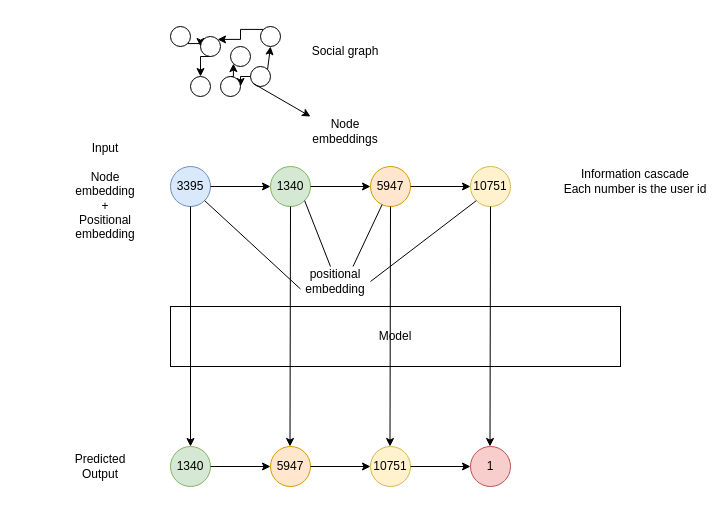
elmahyai/bhs keeps this draw.io diagram as Untitled Diagram.drawio. Above is the earlier version. Source tidied: cells renumbered, new cells numbered last; positions are measured from the earlier drawing's top-left corner, leaving out a move shared by most shapes. Both pictures are drawn from the tidied source at 100%, with x=0, y=0 at pixel (70, 26).
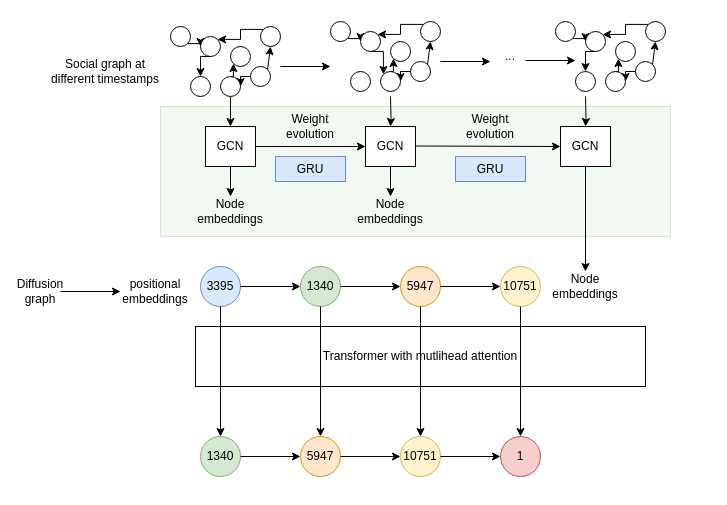
The same diagram, later.

Unchanged cells that the change refers to:
```xml
<mxCell id="36" style="ellipse;whiteSpace=wrap;html=1;" parent="1" vertex="1">
  <mxGeometry x="180" y="40" width="20" height="20" as="geometry" />
</mxCell>
<mxCell id="38" style="ellipse;whiteSpace=wrap;html=1;" parent="1" vertex="1">
  <mxGeometry x="150" y="50" width="20" height="20" as="geometry" />
</mxCell>
```

What changed in the source:
```diff
@@
+    <mxCell id="45" style="rounded=0;whiteSpace=wrap;html=1;fillColor=#d5e8d4;strokeColor=#82b366;opacity=30;" parent="1" vertex="1">
+      <mxGeometry x="90" y="80" width="510" height="130" as="geometry" />
+    </mxCell>
     <mxCell id="2" value="3395" style="ellipse;whiteSpace=wrap;html=1;fillColor=#dae8fc;strokeColor=#6c8ebf;" parent="1" vertex="1">
-      <mxGeometry x="100" y="140" width="40" height="40" as="geometry" />
+      <mxGeometry x="130" y="240" width="40" height="40" as="geometry" />
     </mxCell>
     <mxCell id="3" style="endArrow=classic;html=1;exitX=1;exitY=0.5;exitDx=0;exitDy=0;" parent="1" edge="1" source="2">
       <mxGeometry relative="1" as="geometry">
-        <mxPoint x="200" y="160" as="targetPoint" />
+        <mxPoint x="230" y="260" as="targetPoint" />
       </mxGeometry>
     </mxCell>
     <mxCell id="4" value="1340" style="ellipse;whiteSpace=wrap;html=1;fillColor=#d5e8d4;strokeColor=#82b366;" parent="1" vertex="1">
-      <mxGeometry x="200" y="140" width="40" height="40" as="geometry" />
+      <mxGeometry x="230" y="240" width="40" height="40" as="geometry" />
     </mxCell>
     <mxCell id="5" style="endArrow=classic;html=1;exitX=1;exitY=0.5;exitDx=0;exitDy=0;" parent="1" edge="1">
       <mxGeometry relative="1" as="geometry">
-        <mxPoint x="240" y="160" as="sourcePoint" />
-        <mxPoint x="300" y="160" as="targetPoint" />
+        <mxPoint x="270" y="260" as="sourcePoint" />
+        <mxPoint x="330" y="260" as="targetPoint" />
       </mxGeometry>
     </mxCell>
     <mxCell id="6" value="5947" style="ellipse;whiteSpace=wrap;html=1;fillColor=#ffe6cc;strokeColor=#d79b00;" parent="1" vertex="1">
-      <mxGeometry x="300" y="140" width="40" height="40" as="geometry" />
+      <mxGeometry x="330" y="240" width="40" height="40" as="geometry" />
     </mxCell>
     <mxCell id="7" style="endArrow=classic;html=1;exitX=1;exitY=0.5;exitDx=0;exitDy=0;" parent="1" edge="1">
       <mxGeometry relative="1" as="geometry">
-        <mxPoint x="340" y="160" as="sourcePoint" />
-        <mxPoint x="400" y="160" as="targetPoint" />
+        <mxPoint x="370" y="260" as="sourcePoint" />
+        <mxPoint x="430" y="260" as="targetPoint" />
       </mxGeometry>
     </mxCell>
     <mxCell id="8" value="10751" style="ellipse;whiteSpace=wrap;html=1;fillColor=#fff2cc;strokeColor=#d6b656;" parent="1" vertex="1">
-      <mxGeometry x="400" y="140" width="40" height="40" as="geometry" />
+      <mxGeometry x="430" y="240" width="40" height="40" as="geometry" />
     </mxCell>
-    <mxCell id="9" value="&lt;div&gt;Information cascade &lt;br&gt;&lt;/div&gt;&lt;div&gt;Each number is the user id&lt;br&gt;&lt;/div&gt;" style="text;html=1;strokeColor=none;fillColor=none;align=center;verticalAlign=middle;whiteSpace=wrap;rounded=0;" parent="1" vertex="1">
-      <mxGeometry x="490" y="140" width="150" height="30" as="geometry" />
-    </mxCell>
     <mxCell id="10" value="1340" style="ellipse;whiteSpace=wrap;html=1;fillColor=#d5e8d4;strokeColor=#82b366;" parent="1" vertex="1">
-      <mxGeometry x="100" y="420" width="40" height="40" as="geometry" />
+      <mxGeometry x="130" y="410" width="40" height="40" as="geometry" />
     </mxCell>
     <mxCell id="11" style="endArrow=classic;html=1;exitX=1;exitY=0.5;exitDx=0;exitDy=0;" parent="1" edge="1" source="10">
       <mxGeometry relative="1" as="geometry">
-        <mxPoint x="200" y="440" as="targetPoint" />
+        <mxPoint x="230" y="430" as="targetPoint" />
       </mxGeometry>
     </mxCell>
     <mxCell id="12" value="5947" style="ellipse;whiteSpace=wrap;html=1;fillColor=#ffe6cc;strokeColor=#d79b00;" parent="1" vertex="1">
-      <mxGeometry x="200" y="420" width="40" height="40" as="geometry" />
+      <mxGeometry x="230" y="410" width="40" height="40" as="geometry" />
     </mxCell>
     <mxCell id="13" style="endArrow=classic;html=1;exitX=1;exitY=0.5;exitDx=0;exitDy=0;" parent="1" edge="1">
       <mxGeometry relative="1" as="geometry">
-        <mxPoint x="240" y="440" as="sourcePoint" />
-        <mxPoint x="300" y="440" as="targetPoint" />
+        <mxPoint x="270" y="430" as="sourcePoint" />
+        <mxPoint x="330" y="430" as="targetPoint" />
       </mxGeometry>
     </mxCell>
     <mxCell id="14" value="10751" style="ellipse;whiteSpace=wrap;html=1;fillColor=#fff2cc;strokeColor=#d6b656;" parent="1" vertex="1">
-      <mxGeometry x="300" y="420" width="40" height="40" as="geometry" />
+      <mxGeometry x="330" y="410" width="40" height="40" as="geometry" />
     </mxCell>
     <mxCell id="15" style="endArrow=classic;html=1;exitX=1;exitY=0.5;exitDx=0;exitDy=0;" parent="1" edge="1">
       <mxGeometry relative="1" as="geometry">
-        <mxPoint x="340" y="440" as="sourcePoint" />
-        <mxPoint x="400" y="440" as="targetPoint" />
+        <mxPoint x="370" y="430" as="sourcePoint" />
+        <mxPoint x="430" y="430" as="targetPoint" />
       </mxGeometry>
     </mxCell>
     <mxCell id="16" value="1" style="ellipse;whiteSpace=wrap;html=1;fillColor=#f8cecc;strokeColor=#b85450;" parent="1" vertex="1">
-      <mxGeometry x="400" y="420" width="40" height="40" as="geometry" />
+      <mxGeometry x="430" y="410" width="40" height="40" as="geometry" />
     </mxCell>
-    <mxCell id="17" value="&lt;div&gt;Input&lt;/div&gt;&lt;div&gt;&lt;br&gt;&lt;/div&gt;&lt;div&gt;Node embedding +&lt;/div&gt;&lt;div&gt;Positional embedding&lt;br&gt;&lt;/div&gt;" style="text;html=1;strokeColor=none;fillColor=none;align=center;verticalAlign=middle;whiteSpace=wrap;rounded=0;" parent="1" vertex="1">
-      <mxGeometry y="140" width="70" height="50" as="geometry" />
-    </mxCell>
-    <mxCell id="18" value="Predicted Output" style="text;html=1;strokeColor=none;fillColor=none;align=center;verticalAlign=middle;whiteSpace=wrap;rounded=0;" parent="1" vertex="1">
-      <mxGeometry y="430" width="60" height="20" as="geometry" />
-    </mxCell>
-    <mxCell id="19" value="Model" style="rounded=0;whiteSpace=wrap;html=1;" parent="1" vertex="1">
-      <mxGeometry x="100" y="280" width="450" height="60" as="geometry" />
+    <mxCell id="19" value="Transformer with mutlihead attention" style="rounded=0;whiteSpace=wrap;html=1;" parent="1" vertex="1">
+      <mxGeometry x="125" y="300" width="450" height="60" as="geometry" />
     </mxCell>
@@
-    <mxCell id="21" style="endArrow=classic;html=1;exitX=0.5;exitY=1;exitDx=0;exitDy=0;entryX=0.5;entryY=0;entryDx=0;entryDy=0;" parent="1" edge="1" source="4">
+    <mxCell id="21" style="endArrow=classic;html=1;exitX=0.5;exitY=1;exitDx=0;exitDy=0;" parent="1" edge="1" source="4">
       <mxGeometry relative="1" as="geometry">
-        <mxPoint x="219.5" y="420" as="targetPoint" />
+        <mxPoint x="250" y="410" as="targetPoint" />
       </mxGeometry>
     </mxCell>
-    <mxCell id="22" style="endArrow=classic;html=1;exitX=0.5;exitY=1;exitDx=0;exitDy=0;entryX=0.5;entryY=0;entryDx=0;entryDy=0;" parent="1" edge="1" source="6">
+    <mxCell id="22" style="endArrow=classic;html=1;exitX=0.5;exitY=1;exitDx=0;exitDy=0;" parent="1" edge="1" source="6">
       <mxGeometry relative="1" as="geometry">
-        <mxPoint x="319.5" y="420" as="targetPoint" />
+        <mxPoint x="350" y="410" as="targetPoint" />
       </mxGeometry>
     </mxCell>
-    <mxCell id="23" style="endArrow=classic;html=1;entryX=0.5;entryY=0;entryDx=0;entryDy=0;" parent="1" edge="1" source="8">
+    <mxCell id="23" style="endArrow=classic;html=1;" parent="1" edge="1" source="8">
       <mxGeometry relative="1" as="geometry">
-        <mxPoint x="419.5" y="420" as="targetPoint" />
+        <mxPoint x="450" y="410" as="targetPoint" />
       </mxGeometry>
     </mxCell>
-    <mxCell id="24" value="positional embedding" style="text;html=1;strokeColor=none;fillColor=none;align=center;verticalAlign=middle;whiteSpace=wrap;rounded=0;" parent="1" vertex="1">
-      <mxGeometry x="230" y="240" width="70" height="30" as="geometry" />
+    <mxCell id="24" value="positional embeddings" style="text;html=1;strokeColor=none;fillColor=none;align=center;verticalAlign=middle;whiteSpace=wrap;rounded=0;" parent="1" vertex="1">
+      <mxGeometry x="50" y="250" width="70" height="30" as="geometry" />
     </mxCell>
-    <mxCell id="25" style="endArrow=none;html=1;entryX=0;entryY=1;entryDx=0;entryDy=0;exitX=1;exitY=0.5;exitDx=0;exitDy=0;" parent="1" edge="1" source="24" target="8">
-      <mxGeometry relative="1" as="geometry" />
-    </mxCell>
-    <mxCell id="26" style="endArrow=none;html=1;exitX=0.75;exitY=0;exitDx=0;exitDy=0;" parent="1" edge="1" source="24" target="6">
-      <mxGeometry relative="1" as="geometry" />
-    </mxCell>
-    <mxCell id="27" style="endArrow=none;html=1;entryX=1;entryY=1;entryDx=0;entryDy=0;" parent="1" edge="1" target="4">
-      <mxGeometry relative="1" as="geometry">
-        <mxPoint x="260" y="240" as="sourcePoint" />
-      </mxGeometry>
-    </mxCell>
-    <mxCell id="28" style="endArrow=none;html=1;entryX=1;entryY=1;entryDx=0;entryDy=0;exitX=0;exitY=0.75;exitDx=0;exitDy=0;" parent="1" edge="1" source="24" target="2">
-      <mxGeometry relative="1" as="geometry" />
-    </mxCell>
@@
+    <mxCell id="46" style="edgeStyle=orthogonalEdgeStyle;rounded=0;jettySize=auto;html=1;" parent="1" edge="1" source="38" target="77">
+      <mxGeometry relative="1" as="geometry" />
+    </mxCell>
@@
-    <mxCell id="42" value="Social graph" style="text;html=1;strokeColor=none;fillColor=none;align=center;verticalAlign=middle;whiteSpace=wrap;rounded=0;" parent="1" vertex="1">
-      <mxGeometry x="220" y="10" width="110" height="30" as="geometry" />
+    <mxCell id="42" value="Social graph at different timestamps" style="text;html=1;strokeColor=none;fillColor=none;align=center;verticalAlign=middle;whiteSpace=wrap;rounded=0;" parent="1" vertex="1">
+      <mxGeometry x="-20" y="30" width="110" height="30" as="geometry" />
     </mxCell>
-    <mxCell id="43" style="endArrow=classic;html=1;exitX=0;exitY=1;exitDx=0;exitDy=0;" parent="1" edge="1" source="36">
+    <mxCell id="43" style="endArrow=classic;html=1;" parent="1" edge="1">
       <mxGeometry relative="1" as="geometry">
-        <mxPoint x="240" y="90" as="targetPoint" />
+        <mxPoint x="210" y="40" as="sourcePoint" />
+        <mxPoint x="260" y="40" as="targetPoint" />
       </mxGeometry>
     </mxCell>
     <mxCell id="44" value="Node embeddings" style="text;html=1;strokeColor=none;fillColor=none;align=center;verticalAlign=middle;whiteSpace=wrap;rounded=0;" parent="1" vertex="1">
-      <mxGeometry x="230" y="90" width="90" height="30" as="geometry" />
+      <mxGeometry x="115" y="170" width="90" height="30" as="geometry" />
     </mxCell>
+    <mxCell id="47" style="edgeStyle=orthogonalEdgeStyle;rounded=0;jettySize=auto;html=1;exitX=1;exitY=1;exitDx=0;exitDy=0;entryX=0;entryY=0.5;entryDx=0;entryDy=0;" parent="1" edge="1" source="48" target="58">
+      <mxGeometry relative="1" as="geometry" />
+    </mxCell>
+    <mxCell id="48" style="ellipse;whiteSpace=wrap;html=1;" parent="1" vertex="1">
+      <mxGeometry x="260" y="-5" width="20" height="20" as="geometry" />
+    </mxCell>
+    <mxCell id="49" style="edgeStyle=orthogonalEdgeStyle;rounded=0;jettySize=auto;html=1;exitX=0;exitY=0;exitDx=0;exitDy=0;entryX=1;entryY=0;entryDx=0;entryDy=0;" parent="1" edge="1" source="50" target="58">
+      <mxGeometry relative="1" as="geometry" />
+    </mxCell>
+    <mxCell id="50" style="ellipse;whiteSpace=wrap;html=1;" parent="1" vertex="1">
+      <mxGeometry x="350" y="-5" width="20" height="20" as="geometry" />
+    </mxCell>
+    <mxCell id="51" style="ellipse;whiteSpace=wrap;html=1;" parent="1" vertex="1">
+      <mxGeometry x="280" y="45" width="20" height="20" as="geometry" />
+    </mxCell>
+    <mxCell id="52" style="ellipse;whiteSpace=wrap;html=1;" parent="1" vertex="1">
+      <mxGeometry x="320" y="15" width="20" height="20" as="geometry" />
+    </mxCell>
+    <mxCell id="53" style="edgeStyle=orthogonalEdgeStyle;rounded=0;jettySize=auto;html=1;exitX=0;exitY=0.5;exitDx=0;exitDy=0;entryX=1;entryY=0.5;entryDx=0;entryDy=0;" parent="1" edge="1" source="54" target="56">
+      <mxGeometry relative="1" as="geometry" />
+    </mxCell>
+    <mxCell id="54" style="ellipse;whiteSpace=wrap;html=1;" parent="1" vertex="1">
+      <mxGeometry x="340" y="35" width="20" height="20" as="geometry" />
+    </mxCell>
+    <mxCell id="55" style="edgeStyle=orthogonalEdgeStyle;rounded=0;jettySize=auto;html=1;exitX=0.5;exitY=0;exitDx=0;exitDy=0;entryX=0;entryY=1;entryDx=0;entryDy=0;" parent="1" edge="1" source="56" target="52">
+      <mxGeometry relative="1" as="geometry" />
+    </mxCell>
+    <mxCell id="56" style="ellipse;whiteSpace=wrap;html=1;" parent="1" vertex="1">
+      <mxGeometry x="310" y="45" width="20" height="20" as="geometry" />
+    </mxCell>
+    <mxCell id="57" style="edgeStyle=orthogonalEdgeStyle;rounded=0;jettySize=auto;html=1;exitX=0.5;exitY=1;exitDx=0;exitDy=0;entryX=0;entryY=0;entryDx=0;entryDy=0;" parent="1" edge="1" source="58" target="56">
+      <mxGeometry relative="1" as="geometry" />
+    </mxCell>
+    <mxCell id="58" style="ellipse;whiteSpace=wrap;html=1;" parent="1" vertex="1">
+      <mxGeometry x="290" y="5" width="20" height="20" as="geometry" />
+    </mxCell>
+    <mxCell id="59" style="endArrow=classic;html=1;entryX=0.5;entryY=1;entryDx=0;entryDy=0;exitX=1;exitY=0;exitDx=0;exitDy=0;" parent="1" edge="1" source="54" target="50">
+      <mxGeometry relative="1" as="geometry" />
+    </mxCell>
+    <mxCell id="60" style="endArrow=classic;html=1;" parent="1" edge="1">
+      <mxGeometry relative="1" as="geometry">
+        <mxPoint x="370" y="35" as="sourcePoint" />
+        <mxPoint x="420" y="35" as="targetPoint" />
+      </mxGeometry>
+    </mxCell>
+    <mxCell id="61" style="edgeStyle=orthogonalEdgeStyle;rounded=0;jettySize=auto;html=1;exitX=1;exitY=1;exitDx=0;exitDy=0;entryX=0;entryY=0.5;entryDx=0;entryDy=0;" parent="1" edge="1" source="62" target="72">
+      <mxGeometry relative="1" as="geometry" />
+    </mxCell>
+    <mxCell id="62" style="ellipse;whiteSpace=wrap;html=1;" parent="1" vertex="1">
+      <mxGeometry x="485" y="-5" width="20" height="20" as="geometry" />
+    </mxCell>
+    <mxCell id="63" style="edgeStyle=orthogonalEdgeStyle;rounded=0;jettySize=auto;html=1;exitX=0;exitY=0;exitDx=0;exitDy=0;entryX=1;entryY=0;entryDx=0;entryDy=0;" parent="1" edge="1" source="64" target="72">
+      <mxGeometry relative="1" as="geometry" />
+    </mxCell>
+    <mxCell id="64" style="ellipse;whiteSpace=wrap;html=1;" parent="1" vertex="1">
+      <mxGeometry x="575" y="-5" width="20" height="20" as="geometry" />
+    </mxCell>
+    <mxCell id="65" style="ellipse;whiteSpace=wrap;html=1;" parent="1" vertex="1">
+      <mxGeometry x="505" y="45" width="20" height="20" as="geometry" />
+    </mxCell>
+    <mxCell id="66" style="ellipse;whiteSpace=wrap;html=1;" parent="1" vertex="1">
+      <mxGeometry x="545" y="15" width="20" height="20" as="geometry" />
+    </mxCell>
+    <mxCell id="67" style="edgeStyle=orthogonalEdgeStyle;rounded=0;jettySize=auto;html=1;exitX=0;exitY=0.5;exitDx=0;exitDy=0;entryX=1;entryY=0.5;entryDx=0;entryDy=0;" parent="1" edge="1" source="68" target="70">
+      <mxGeometry relative="1" as="geometry" />
+    </mxCell>
+    <mxCell id="68" style="ellipse;whiteSpace=wrap;html=1;" parent="1" vertex="1">
+      <mxGeometry x="565" y="35" width="20" height="20" as="geometry" />
+    </mxCell>
+    <mxCell id="69" style="edgeStyle=orthogonalEdgeStyle;rounded=0;jettySize=auto;html=1;exitX=0.5;exitY=0;exitDx=0;exitDy=0;entryX=0;entryY=1;entryDx=0;entryDy=0;" parent="1" edge="1" source="70" target="66">
+      <mxGeometry relative="1" as="geometry" />
+    </mxCell>
+    <mxCell id="70" style="ellipse;whiteSpace=wrap;html=1;" parent="1" vertex="1">
+      <mxGeometry x="535" y="45" width="20" height="20" as="geometry" />
+    </mxCell>
+    <mxCell id="71" style="edgeStyle=orthogonalEdgeStyle;rounded=0;jettySize=auto;html=1;exitX=0.5;exitY=1;exitDx=0;exitDy=0;entryX=0.5;entryY=0;entryDx=0;entryDy=0;" parent="1" edge="1" source="72" target="65">
+      <mxGeometry relative="1" as="geometry" />
+    </mxCell>
+    <mxCell id="72" style="ellipse;whiteSpace=wrap;html=1;" parent="1" vertex="1">
+      <mxGeometry x="515" y="5" width="20" height="20" as="geometry" />
+    </mxCell>
+    <mxCell id="73" style="endArrow=classic;html=1;entryX=0.5;entryY=1;entryDx=0;entryDy=0;exitX=1;exitY=0;exitDx=0;exitDy=0;" parent="1" edge="1" source="68" target="64">
+      <mxGeometry relative="1" as="geometry" />
+    </mxCell>
+    <mxCell id="74" style="endArrow=classic;html=1;" parent="1" edge="1">
+      <mxGeometry relative="1" as="geometry">
+        <mxPoint x="455" y="34" as="sourcePoint" />
+        <mxPoint x="505" y="34" as="targetPoint" />
+      </mxGeometry>
+    </mxCell>
+    <mxCell id="75" value="..." style="text;html=1;strokeColor=none;fillColor=none;align=center;verticalAlign=middle;whiteSpace=wrap;rounded=0;" parent="1" vertex="1">
+      <mxGeometry x="420" y="20" width="40" height="20" as="geometry" />
+    </mxCell>
+    <mxCell id="76" style="edgeStyle=orthogonalEdgeStyle;rounded=0;jettySize=auto;html=1;" parent="1" edge="1" source="77" target="44">
+      <mxGeometry relative="1" as="geometry" />
+    </mxCell>
+    <mxCell id="77" value="GCN" style="rounded=0;whiteSpace=wrap;html=1;" parent="1" vertex="1">
+      <mxGeometry x="135" y="100" width="50" height="40" as="geometry" />
+    </mxCell>
+    <mxCell id="78" style="edgeStyle=orthogonalEdgeStyle;rounded=0;jettySize=auto;html=1;" parent="1" edge="1" target="81">
+      <mxGeometry relative="1" as="geometry">
+        <mxPoint x="320" y="70" as="sourcePoint" />
+      </mxGeometry>
+    </mxCell>
+    <mxCell id="79" value="Node embeddings" style="text;html=1;strokeColor=none;fillColor=none;align=center;verticalAlign=middle;whiteSpace=wrap;rounded=0;" parent="1" vertex="1">
+      <mxGeometry x="275" y="170" width="90" height="30" as="geometry" />
+    </mxCell>
+    <mxCell id="80" style="edgeStyle=orthogonalEdgeStyle;rounded=0;jettySize=auto;html=1;" parent="1" edge="1" source="81" target="79">
+      <mxGeometry relative="1" as="geometry" />
+    </mxCell>
+    <mxCell id="81" value="GCN" style="rounded=0;whiteSpace=wrap;html=1;" parent="1" vertex="1">
+      <mxGeometry x="295" y="100" width="50" height="40" as="geometry" />
+    </mxCell>
+    <mxCell id="82" style="edgeStyle=orthogonalEdgeStyle;rounded=0;jettySize=auto;html=1;" parent="1" edge="1" target="85">
+      <mxGeometry relative="1" as="geometry">
+        <mxPoint x="515" y="70" as="sourcePoint" />
+      </mxGeometry>
+    </mxCell>
+    <mxCell id="83" value="Node embeddings" style="text;html=1;strokeColor=none;fillColor=none;align=center;verticalAlign=middle;whiteSpace=wrap;rounded=0;" parent="1" vertex="1">
+      <mxGeometry x="470" y="245" width="90" height="30" as="geometry" />
+    </mxCell>
+    <mxCell id="84" style="edgeStyle=orthogonalEdgeStyle;rounded=0;jettySize=auto;html=1;" parent="1" edge="1" source="85" target="83">
+      <mxGeometry relative="1" as="geometry" />
+    </mxCell>
+    <mxCell id="85" value="GCN" style="rounded=0;whiteSpace=wrap;html=1;" parent="1" vertex="1">
+      <mxGeometry x="490" y="100" width="50" height="40" as="geometry" />
+    </mxCell>
+    <mxCell id="86" style="endArrow=classic;html=1;exitX=1;exitY=0.5;exitDx=0;exitDy=0;entryX=0;entryY=0.5;entryDx=0;entryDy=0;" parent="1" edge="1" source="77" target="81">
+      <mxGeometry relative="1" as="geometry" />
+    </mxCell>
+    <mxCell id="87" style="endArrow=classic;html=1;exitX=1;exitY=0.5;exitDx=0;exitDy=0;entryX=0;entryY=0.5;entryDx=0;entryDy=0;" parent="1" edge="1" target="85">
+      <mxGeometry relative="1" as="geometry">
+        <mxPoint x="345" y="119.5" as="sourcePoint" />
+      </mxGeometry>
+    </mxCell>
+    <mxCell id="88" value="Weight evolution" style="text;html=1;strokeColor=none;fillColor=none;align=center;verticalAlign=middle;whiteSpace=wrap;rounded=0;" parent="1" vertex="1">
+      <mxGeometry x="220" y="90" width="40" height="20" as="geometry" />
+    </mxCell>
+    <mxCell id="89" value="Weight evolution" style="text;html=1;strokeColor=none;fillColor=none;align=center;verticalAlign=middle;whiteSpace=wrap;rounded=0;" parent="1" vertex="1">
+      <mxGeometry x="400" y="90" width="40" height="20" as="geometry" />
+    </mxCell>
+    <mxCell id="90" value="GRU" style="rounded=0;whiteSpace=wrap;html=1;fillColor=#dae8fc;strokeColor=#6c8ebf;" parent="1" vertex="1">
+      <mxGeometry x="205" y="130" width="70" height="25" as="geometry" />
+    </mxCell>
+    <mxCell id="91" value="GRU" style="rounded=0;whiteSpace=wrap;html=1;fillColor=#dae8fc;strokeColor=#6c8ebf;" parent="1" vertex="1">
+      <mxGeometry x="385" y="130" width="70" height="25" as="geometry" />
+    </mxCell>
+    <mxCell id="92" style="edgeStyle=orthogonalEdgeStyle;rounded=0;jettySize=auto;html=1;entryX=0;entryY=0.5;entryDx=0;entryDy=0;" parent="1" edge="1" source="93" target="24">
+      <mxGeometry relative="1" as="geometry" />
+    </mxCell>
+    <mxCell id="93" value="Diffusion graph" style="text;html=1;strokeColor=none;fillColor=none;align=center;verticalAlign=middle;whiteSpace=wrap;rounded=0;" parent="1" vertex="1">
+      <mxGeometry x="-50" y="255" width="40" height="20" as="geometry" />
+    </mxCell>
```
